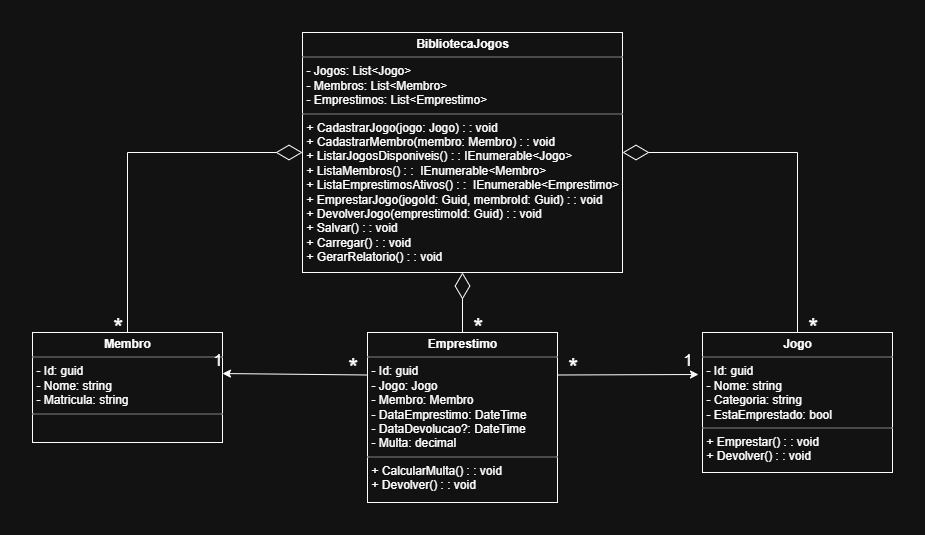
Earlier version of the draw.io export Ludoteca/diagramas/Diagrama-Ludoteca.png (JuniorWSoares/Ludoteca-.Net). Source tidied: cells renumbered, new cells last; positions are measured from the earlier drawing's top-left corner, leaving out a move shared by most shapes.
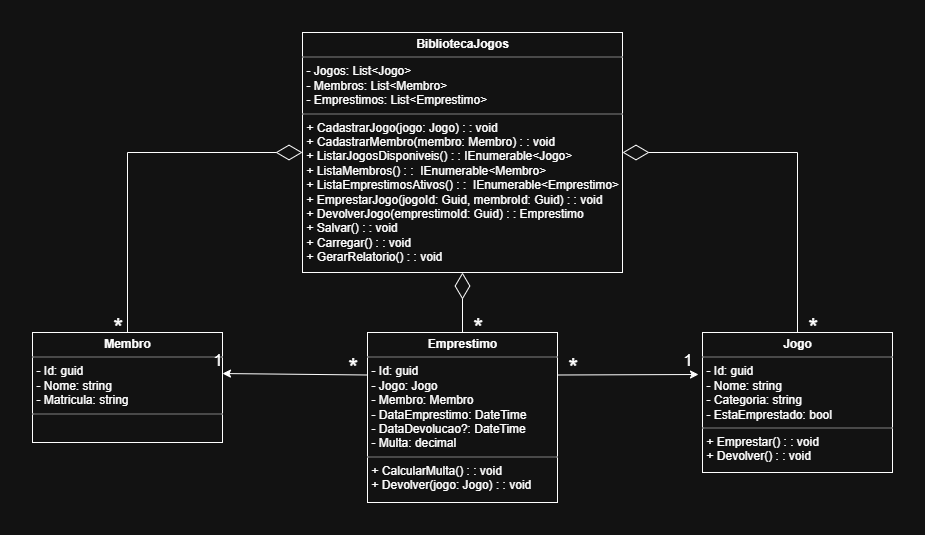
The same diagram one commit later.

Commit message:
Atualiza o diagrama

Change to the diagram source:
```diff
@@ -8,10 +8,10 @@
     <mxCell id="3" value="&lt;p style=&quot;margin:0px;margin-top:4px;text-align:center;&quot;&gt;&lt;b&gt;Membro&lt;/b&gt;&lt;/p&gt;&lt;hr size=&quot;1&quot; style=&quot;border-style:solid;&quot;&gt;&lt;p style=&quot;margin:0px;margin-left:4px;&quot;&gt;- Id: guid&amp;nbsp; &amp;nbsp; &amp;nbsp; &amp;nbsp; &amp;nbsp;&lt;/p&gt;&lt;p style=&quot;margin:0px;margin-left:4px;&quot;&gt;- Nome: string&amp;nbsp; &amp;nbsp;&amp;nbsp;&lt;/p&gt;&lt;p style=&quot;margin:0px;margin-left:4px;&quot;&gt;- Matricula: string&lt;br&gt;&lt;/p&gt;&lt;hr size=&quot;1&quot; style=&quot;border-style:solid;&quot;&gt;&lt;p style=&quot;margin:0px;margin-left:4px;&quot;&gt;&lt;br&gt;&lt;/p&gt;" style="verticalAlign=top;align=left;overflow=fill;html=1;whiteSpace=wrap;" parent="1" vertex="1">
       <mxGeometry y="300" width="190" height="110" as="geometry" />
     </mxCell>
-    <mxCell id="4" value="&lt;p style=&quot;margin:0px;margin-top:4px;text-align:center;&quot;&gt;&lt;b&gt;Emprestimo&lt;/b&gt;&lt;/p&gt;&lt;hr size=&quot;1&quot; style=&quot;border-style:solid;&quot;&gt;&lt;p style=&quot;margin:0px;margin-left:4px;&quot;&gt;- Id: guid&lt;span style=&quot;background-color: transparent; color: light-dark(rgb(0, 0, 0), rgb(255, 255, 255));&quot;&gt;&amp;nbsp; &amp;nbsp;&lt;/span&gt;&lt;/p&gt;&lt;p style=&quot;margin:0px;margin-left:4px;&quot;&gt;- Jogo: Jogo&amp;nbsp; &amp;nbsp; &amp;nbsp;&amp;nbsp;&lt;/p&gt;&lt;p style=&quot;margin:0px;margin-left:4px;&quot;&gt;- Membro: Membro&amp;nbsp;&amp;nbsp;&lt;/p&gt;&lt;p style=&quot;margin:0px;margin-left:4px;&quot;&gt;- DataEmprestimo: DateTime&amp;nbsp;&lt;/p&gt;&lt;p style=&quot;margin:0px;margin-left:4px;&quot;&gt;- DataDevolucao?: DateTime&amp;nbsp;&lt;/p&gt;&lt;p style=&quot;margin:0px;margin-left:4px;&quot;&gt;- Multa: decimal&amp;nbsp;&lt;/p&gt;&lt;hr size=&quot;1&quot; style=&quot;border-style:solid;&quot;&gt;&lt;p style=&quot;margin:0px;margin-left:4px;&quot;&gt;+ CalcularMulta() : : void&lt;/p&gt;&lt;p style=&quot;margin:0px;margin-left:4px;&quot;&gt;+ Devolver() : : void&lt;/p&gt;" style="verticalAlign=top;align=left;overflow=fill;html=1;whiteSpace=wrap;" parent="1" vertex="1">
+    <mxCell id="4" value="&lt;p style=&quot;margin:0px;margin-top:4px;text-align:center;&quot;&gt;&lt;b&gt;Emprestimo&lt;/b&gt;&lt;/p&gt;&lt;hr size=&quot;1&quot; style=&quot;border-style:solid;&quot;&gt;&lt;p style=&quot;margin:0px;margin-left:4px;&quot;&gt;- Id: guid&lt;span style=&quot;background-color: transparent; color: light-dark(rgb(0, 0, 0), rgb(255, 255, 255));&quot;&gt;&amp;nbsp; &amp;nbsp;&lt;/span&gt;&lt;/p&gt;&lt;p style=&quot;margin:0px;margin-left:4px;&quot;&gt;- Jogo: Jogo&amp;nbsp; &amp;nbsp; &amp;nbsp;&amp;nbsp;&lt;/p&gt;&lt;p style=&quot;margin:0px;margin-left:4px;&quot;&gt;- Membro: Membro&amp;nbsp;&amp;nbsp;&lt;/p&gt;&lt;p style=&quot;margin:0px;margin-left:4px;&quot;&gt;- DataEmprestimo: DateTime&amp;nbsp;&lt;/p&gt;&lt;p style=&quot;margin:0px;margin-left:4px;&quot;&gt;- DataDevolucao?: DateTime&amp;nbsp;&lt;/p&gt;&lt;p style=&quot;margin:0px;margin-left:4px;&quot;&gt;- Multa: decimal&amp;nbsp;&lt;/p&gt;&lt;hr size=&quot;1&quot; style=&quot;border-style:solid;&quot;&gt;&lt;p style=&quot;margin:0px;margin-left:4px;&quot;&gt;+ CalcularMulta() : : void&lt;/p&gt;&lt;p style=&quot;margin:0px;margin-left:4px;&quot;&gt;+ Devolver(jogo: Jogo) : : void&lt;/p&gt;" style="verticalAlign=top;align=left;overflow=fill;html=1;whiteSpace=wrap;" parent="1" vertex="1">
       <mxGeometry x="335" y="300" width="190" height="170" as="geometry" />
     </mxCell>
-    <mxCell id="5" value="&lt;p style=&quot;margin:0px;margin-top:4px;text-align:center;&quot;&gt;&lt;b&gt;BibliotecaJogos&lt;/b&gt;&lt;/p&gt;&lt;hr size=&quot;1&quot; style=&quot;border-style:solid;&quot;&gt;&lt;p style=&quot;margin:0px;margin-left:4px;&quot;&gt;- Jogos: List&amp;lt;Jogo&amp;gt;&amp;nbsp;&lt;/p&gt;&lt;p style=&quot;margin:0px;margin-left:4px;&quot;&gt;- Membros: List&amp;lt;Membro&amp;gt;&amp;nbsp;&lt;/p&gt;&lt;p style=&quot;margin:0px;margin-left:4px;&quot;&gt;&lt;span style=&quot;background-color: transparent;&quot;&gt;- Emprestimos: List&amp;lt;Emprestimo&amp;gt;&lt;/span&gt;&lt;span style=&quot;background-color: transparent; color: light-dark(rgb(0, 0, 0), rgb(255, 255, 255));&quot;&gt;&amp;nbsp;&lt;/span&gt;&lt;/p&gt;&lt;hr size=&quot;1&quot; style=&quot;border-style:solid;&quot;&gt;&lt;p style=&quot;margin:0px;margin-left:4px;&quot;&gt;+ CadastrarJogo(jogo: Jogo) : : void&lt;/p&gt;&lt;p style=&quot;margin:0px;margin-left:4px;&quot;&gt;+ CadastrarMembro(membro: Membro) : : void&lt;/p&gt;&lt;p style=&quot;margin:0px;margin-left:4px;&quot;&gt;+ ListarJogosDisponiveis() : : IEnumerable&amp;lt;Jogo&amp;gt;&lt;/p&gt;&lt;p style=&quot;margin:0px;margin-left:4px;&quot;&gt;+ ListaMembros() : :&amp;nbsp;&lt;span style=&quot;background-color: transparent; color: light-dark(rgb(0, 0, 0), rgb(255, 255, 255));&quot;&gt;&amp;nbsp;&lt;/span&gt;&lt;span style=&quot;background-color: transparent; color: light-dark(rgb(0, 0, 0), rgb(255, 255, 255));&quot;&gt;IEnumerable&amp;lt;Membro&amp;gt;&lt;/span&gt;&lt;/p&gt;&lt;p style=&quot;margin:0px;margin-left:4px;&quot;&gt;+ ListaEmprestimosAtivos() : :&amp;nbsp;&lt;span style=&quot;background-color: transparent; color: light-dark(rgb(0, 0, 0), rgb(255, 255, 255));&quot;&gt;&amp;nbsp;&lt;/span&gt;&lt;span style=&quot;background-color: transparent; color: light-dark(rgb(0, 0, 0), rgb(255, 255, 255));&quot;&gt;IEnumerable&amp;lt;Emprestimo&amp;gt;&lt;/span&gt;&lt;/p&gt;&lt;p style=&quot;margin:0px;margin-left:4px;&quot;&gt;+ EmprestarJogo(jogoId: Guid, membroId: Guid) : : void&amp;nbsp;&lt;/p&gt;&lt;p style=&quot;margin:0px;margin-left:4px;&quot;&gt;+ DevolverJogo(emprestimoId: Guid) : : void&amp;nbsp;&lt;/p&gt;&lt;p style=&quot;margin:0px;margin-left:4px;&quot;&gt;+ Salvar() : : void&amp;nbsp;&lt;/p&gt;&lt;p style=&quot;margin:0px;margin-left:4px;&quot;&gt;+ Carregar() : : void&lt;/p&gt;&lt;p style=&quot;margin:0px;margin-left:4px;&quot;&gt;+ GerarRelatorio() : : void&lt;/p&gt;" style="verticalAlign=top;align=left;overflow=fill;html=1;whiteSpace=wrap;" parent="1" vertex="1">
+    <mxCell id="5" value="&lt;p style=&quot;margin:0px;margin-top:4px;text-align:center;&quot;&gt;&lt;b&gt;BibliotecaJogos&lt;/b&gt;&lt;/p&gt;&lt;hr size=&quot;1&quot; style=&quot;border-style:solid;&quot;&gt;&lt;p style=&quot;margin:0px;margin-left:4px;&quot;&gt;- Jogos: List&amp;lt;Jogo&amp;gt;&amp;nbsp;&lt;/p&gt;&lt;p style=&quot;margin:0px;margin-left:4px;&quot;&gt;- Membros: List&amp;lt;Membro&amp;gt;&amp;nbsp;&lt;/p&gt;&lt;p style=&quot;margin:0px;margin-left:4px;&quot;&gt;&lt;span style=&quot;background-color: transparent;&quot;&gt;- Emprestimos: List&amp;lt;Emprestimo&amp;gt;&lt;/span&gt;&lt;span style=&quot;background-color: transparent; color: light-dark(rgb(0, 0, 0), rgb(255, 255, 255));&quot;&gt;&amp;nbsp;&lt;/span&gt;&lt;/p&gt;&lt;hr size=&quot;1&quot; style=&quot;border-style:solid;&quot;&gt;&lt;p style=&quot;margin:0px;margin-left:4px;&quot;&gt;+ CadastrarJogo(jogo: Jogo) : : void&lt;/p&gt;&lt;p style=&quot;margin:0px;margin-left:4px;&quot;&gt;+ CadastrarMembro(membro: Membro) : : void&lt;/p&gt;&lt;p style=&quot;margin:0px;margin-left:4px;&quot;&gt;+ ListarJogosDisponiveis() : : IEnumerable&amp;lt;Jogo&amp;gt;&lt;/p&gt;&lt;p style=&quot;margin:0px;margin-left:4px;&quot;&gt;+ ListaMembros() : :&amp;nbsp;&lt;span style=&quot;background-color: transparent; color: light-dark(rgb(0, 0, 0), rgb(255, 255, 255));&quot;&gt;&amp;nbsp;&lt;/span&gt;&lt;span style=&quot;background-color: transparent; color: light-dark(rgb(0, 0, 0), rgb(255, 255, 255));&quot;&gt;IEnumerable&amp;lt;Membro&amp;gt;&lt;/span&gt;&lt;/p&gt;&lt;p style=&quot;margin:0px;margin-left:4px;&quot;&gt;+ ListaEmprestimosAtivos() : :&amp;nbsp;&lt;span style=&quot;background-color: transparent; color: light-dark(rgb(0, 0, 0), rgb(255, 255, 255));&quot;&gt;&amp;nbsp;&lt;/span&gt;&lt;span style=&quot;background-color: transparent; color: light-dark(rgb(0, 0, 0), rgb(255, 255, 255));&quot;&gt;IEnumerable&amp;lt;Emprestimo&amp;gt;&lt;/span&gt;&lt;/p&gt;&lt;p style=&quot;margin:0px;margin-left:4px;&quot;&gt;+ EmprestarJogo(jogoId: Guid, membroId: Guid) : : void&amp;nbsp;&lt;/p&gt;&lt;p style=&quot;margin:0px;margin-left:4px;&quot;&gt;+ DevolverJogo(emprestimoId: Guid) : : Emprestimo&amp;nbsp;&lt;/p&gt;&lt;p style=&quot;margin:0px;margin-left:4px;&quot;&gt;+ Salvar() : : void&amp;nbsp;&lt;/p&gt;&lt;p style=&quot;margin:0px;margin-left:4px;&quot;&gt;+ Carregar() : : void&lt;/p&gt;&lt;p style=&quot;margin:0px;margin-left:4px;&quot;&gt;+ GerarRelatorio() : : void&lt;/p&gt;" style="verticalAlign=top;align=left;overflow=fill;html=1;whiteSpace=wrap;" parent="1" vertex="1">
       <mxGeometry x="270" width="320" height="240" as="geometry" />
     </mxCell>
     <mxCell id="6" style="edgeStyle=orthogonalEdgeStyle;rounded=0;orthogonalLoop=1;jettySize=auto;html=1;exitX=0.5;exitY=1;exitDx=0;exitDy=0;" parent="1" edge="1" source="5" target="5">
```
